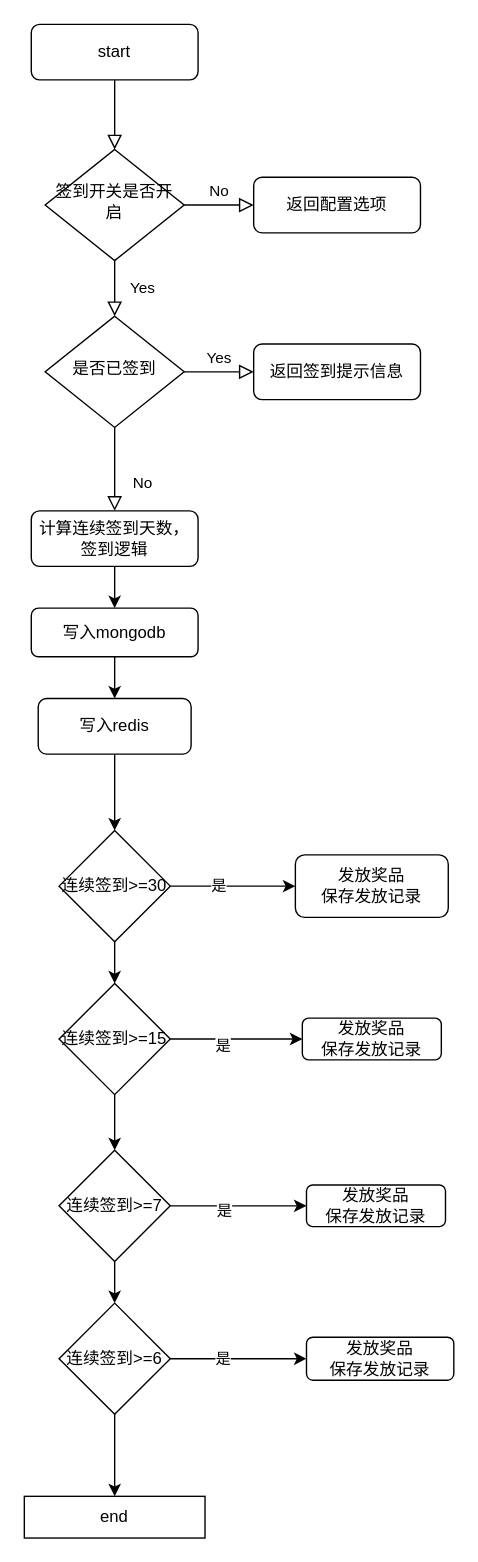
The draw.io diagram Untitled Diagram.drawio in mo-x/retrofit, before the edit. Source tidied: cells renumbered, new cells numbered last; positions are measured from the earlier drawing's top-left corner, leaving out a move shared by most shapes. Both pictures are drawn from the tidied source at 139%, with x=0, y=0 at pixel (24, 24).
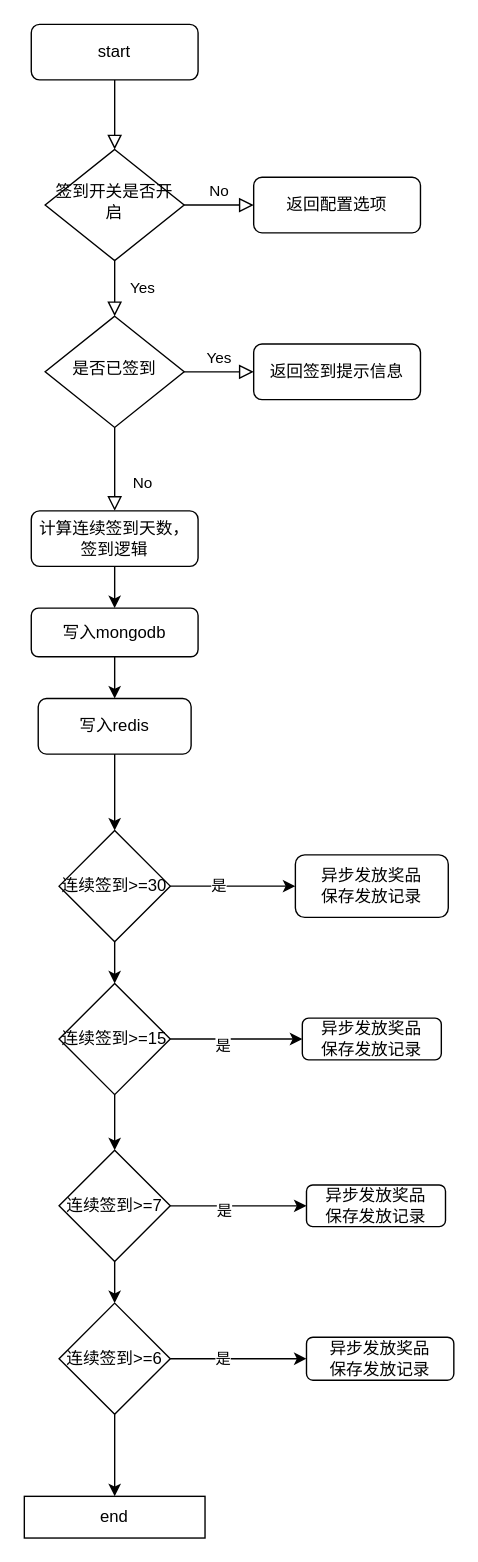
After the change.

The edit, as a diff of the source:
```diff
@@
-    <mxCell id="18" value="发放奖品&lt;br&gt;保存发放记录" style="rounded=1;whiteSpace=wrap;html=1;fontFamily=Helvetica;" parent="1" vertex="1">
+    <mxCell id="18" value="异步发放奖品&lt;br&gt;保存发放记录" style="rounded=1;whiteSpace=wrap;html=1;fontFamily=Helvetica;" parent="1" vertex="1">
       <mxGeometry x="195" y="597.5" width="110" height="45" as="geometry" />
     </mxCell>
@@
-    <mxCell id="23" value="发放奖品&lt;br&gt;保存发放记录" style="rounded=1;whiteSpace=wrap;html=1;fontFamily=Helvetica;" parent="1" vertex="1">
+    <mxCell id="23" value="异步发放奖品&lt;br&gt;保存发放记录" style="rounded=1;whiteSpace=wrap;html=1;fontFamily=Helvetica;" parent="1" vertex="1">
       <mxGeometry x="200" y="715" width="100" height="30" as="geometry" />
     </mxCell>
@@
-    <mxCell id="32" value="发放奖品&lt;br&gt;保存发放记录" style="rounded=1;whiteSpace=wrap;html=1;fontFamily=Helvetica;" parent="1" vertex="1">
+    <mxCell id="32" value="异步发放奖品&lt;br&gt;保存发放记录" style="rounded=1;whiteSpace=wrap;html=1;fontFamily=Helvetica;" parent="1" vertex="1">
       <mxGeometry x="203" y="835" width="100" height="30" as="geometry" />
     </mxCell>
@@
-    <mxCell id="37" value="发放奖品&lt;br&gt;保存发放记录" style="rounded=1;whiteSpace=wrap;html=1;fontFamily=Helvetica;" parent="1" vertex="1">
+    <mxCell id="37" value="异步发放奖品&lt;br&gt;保存发放记录" style="rounded=1;whiteSpace=wrap;html=1;fontFamily=Helvetica;" parent="1" vertex="1">
       <mxGeometry x="203" y="944.5" width="106" height="31" as="geometry" />
     </mxCell>
```
